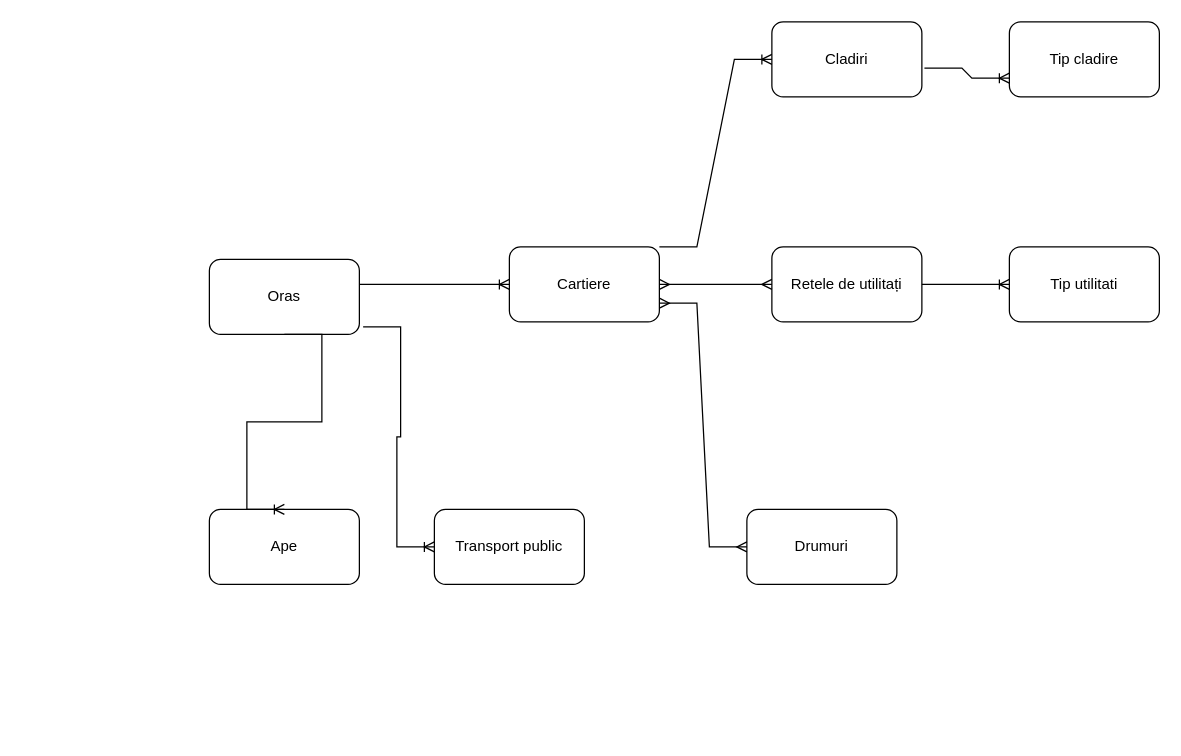
Larisa123456789/sem2_larisaj keeps this draw.io diagram as Untitled Diagram.drawio. Above is the earlier version. Source tidied: cells renumbered, new cells numbered last; positions are measured from the earlier drawing's top-left corner, leaving out a move shared by most shapes. Both pictures are drawn from the tidied source at 125%, with x=0, y=0 at pixel (209, 21).
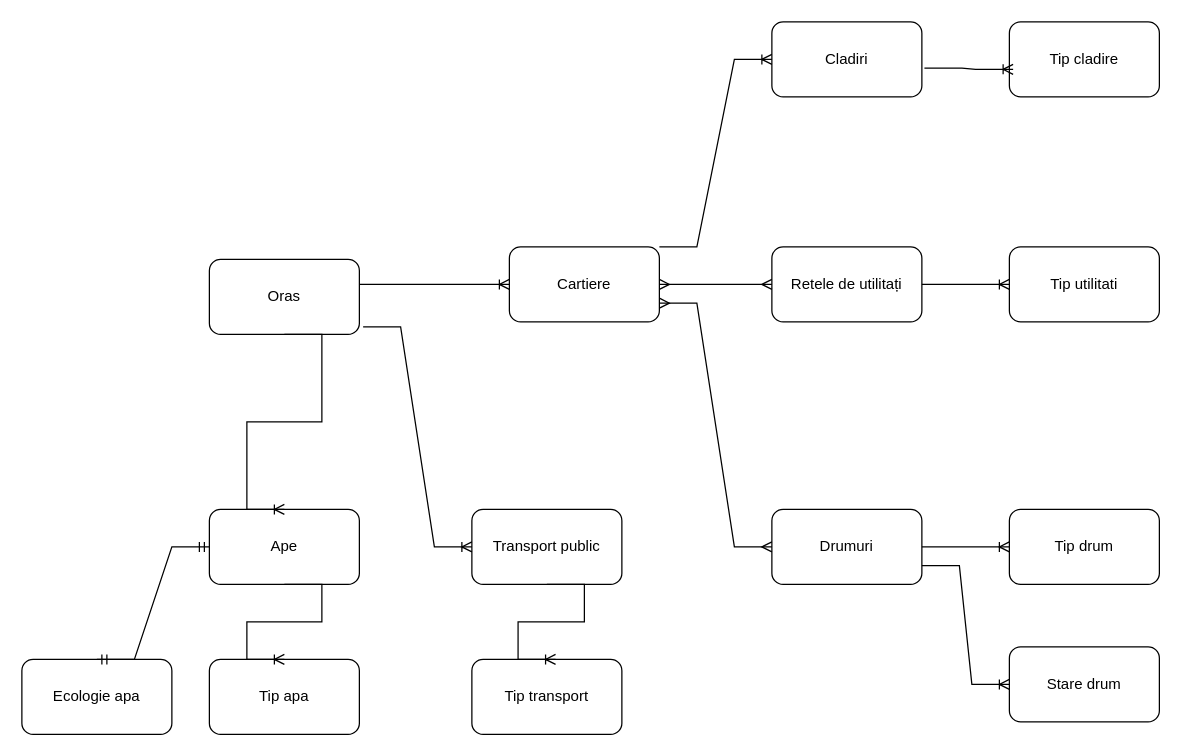
The same page after the edit.

The change refers to these unchanged cells:
```xml
<mxCell id="4" value="Cladiri" style="rounded=1;whiteSpace=wrap;html=1;" parent="1" vertex="1">
  <mxGeometry x="450" width="120" height="60" as="geometry" />
</mxCell>
<mxCell id="8" value="Ape" style="rounded=1;whiteSpace=wrap;html=1;" parent="1" vertex="1">
  <mxGeometry y="390" width="120" height="60" as="geometry" />
</mxCell>
<mxCell id="17" value="Tip cladire" style="rounded=1;whiteSpace=wrap;html=1;" parent="1" vertex="1">
  <mxGeometry x="640" width="120" height="60" as="geometry" />
</mxCell>
```

What changed in the source:
```diff
@@
     <mxCell id="5" value="Drumuri" style="rounded=1;whiteSpace=wrap;html=1;" parent="1" vertex="1">
-      <mxGeometry x="430" y="390" width="120" height="60" as="geometry" />
+      <mxGeometry x="450" y="390" width="120" height="60" as="geometry" />
     </mxCell>
     <mxCell id="6" value="Transport public" style="rounded=1;whiteSpace=wrap;html=1;" parent="1" vertex="1">
-      <mxGeometry x="180" y="390" width="120" height="60" as="geometry" />
+      <mxGeometry x="210" y="390" width="120" height="60" as="geometry" />
     </mxCell>
@@
-    <mxCell id="18" style="edgeStyle=entityRelationEdgeStyle;fontSize=12;html=1;endArrow=ERoneToMany;rounded=0;exitX=1.017;exitY=0.617;exitDx=0;exitDy=0;exitPerimeter=0;entryX=0;entryY=0.75;entryDx=0;entryDy=0;" parent="1" edge="1" source="4" target="17">
+    <mxCell id="18" style="edgeStyle=entityRelationEdgeStyle;fontSize=12;html=1;endArrow=ERoneToMany;rounded=0;exitX=1.017;exitY=0.617;exitDx=0;exitDy=0;exitPerimeter=0;entryX=0.025;entryY=0.633;entryDx=0;entryDy=0;entryPerimeter=0;" parent="1" edge="1" source="4" target="17">
       <mxGeometry relative="1" as="geometry" />
     </mxCell>
+    <mxCell id="19" value="Tip drum" style="rounded=1;whiteSpace=wrap;html=1;" parent="1" vertex="1">
+      <mxGeometry x="640" y="390" width="120" height="60" as="geometry" />
+    </mxCell>
+    <mxCell id="20" style="edgeStyle=entityRelationEdgeStyle;fontSize=12;html=1;endArrow=ERoneToMany;rounded=0;exitX=1;exitY=0.5;exitDx=0;exitDy=0;entryX=0;entryY=0.5;entryDx=0;entryDy=0;" parent="1" edge="1" source="5" target="19">
+      <mxGeometry relative="1" as="geometry" />
+    </mxCell>
+    <mxCell id="21" value="Stare drum" style="rounded=1;whiteSpace=wrap;html=1;" parent="1" vertex="1">
+      <mxGeometry x="640" y="500" width="120" height="60" as="geometry" />
+    </mxCell>
+    <mxCell id="22" style="edgeStyle=entityRelationEdgeStyle;fontSize=12;html=1;endArrow=ERoneToMany;rounded=0;exitX=1;exitY=0.75;exitDx=0;exitDy=0;entryX=0;entryY=0.5;entryDx=0;entryDy=0;" parent="1" edge="1" source="5" target="21">
+      <mxGeometry relative="1" as="geometry" />
+    </mxCell>
+    <mxCell id="23" value="Tip apa" style="rounded=1;whiteSpace=wrap;html=1;" parent="1" vertex="1">
+      <mxGeometry y="510" width="120" height="60" as="geometry" />
+    </mxCell>
+    <mxCell id="24" value="Ecologie apa" style="rounded=1;whiteSpace=wrap;html=1;" parent="1" vertex="1">
+      <mxGeometry x="-150" y="510" width="120" height="60" as="geometry" />
+    </mxCell>
+    <mxCell id="25" style="edgeStyle=entityRelationEdgeStyle;fontSize=12;html=1;endArrow=ERoneToMany;rounded=0;exitX=0.5;exitY=1;exitDx=0;exitDy=0;entryX=0.5;entryY=0;entryDx=0;entryDy=0;" parent="1" edge="1" source="8" target="23">
+      <mxGeometry relative="1" as="geometry" />
+    </mxCell>
+    <mxCell id="26" style="edgeStyle=entityRelationEdgeStyle;fontSize=12;html=1;endArrow=ERmandOne;startArrow=ERmandOne;rounded=0;exitX=0;exitY=0.5;exitDx=0;exitDy=0;entryX=0.5;entryY=0;entryDx=0;entryDy=0;" parent="1" edge="1" source="8" target="24">
+      <mxGeometry relative="1" as="geometry" />
+    </mxCell>
+    <mxCell id="27" value="Tip transport" style="rounded=1;whiteSpace=wrap;html=1;" parent="1" vertex="1">
+      <mxGeometry x="210" y="510" width="120" height="60" as="geometry" />
+    </mxCell>
+    <mxCell id="28" style="edgeStyle=entityRelationEdgeStyle;fontSize=12;html=1;endArrow=ERoneToMany;rounded=0;exitX=0.5;exitY=1;exitDx=0;exitDy=0;entryX=0.558;entryY=0;entryDx=0;entryDy=0;entryPerimeter=0;" parent="1" edge="1" source="6" target="27">
+      <mxGeometry relative="1" as="geometry" />
+    </mxCell>
```
